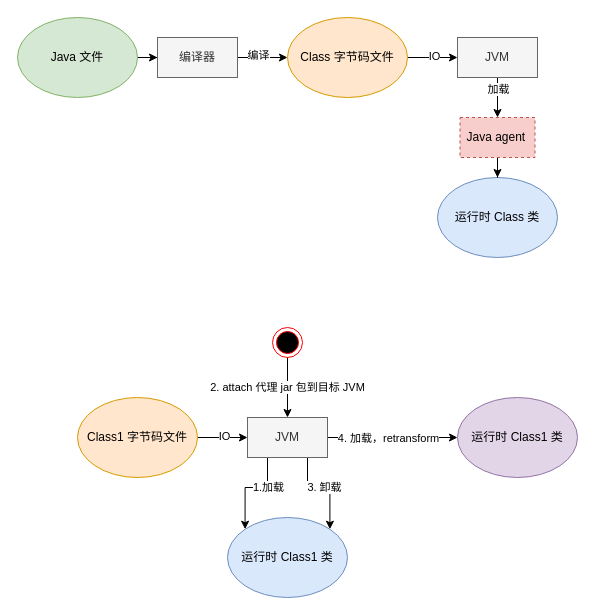
This is java_agent.drawio from yang00-74/flowchart, a draw.io file, before an edit. Source tidied: cells renumbered, new cells numbered last; positions are measured from the earlier drawing's top-left corner, leaving out a move shared by most shapes. Both pictures are drawn from the tidied source at 100%, with x=0, y=0 at pixel (17, 17).
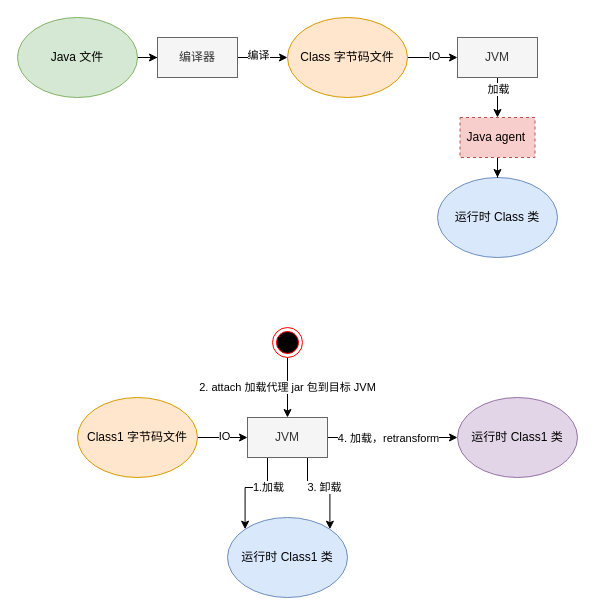
The same diagram, later.

Unchanged cells that the change refers to:
```xml
<mxCell id="25" value="JVM" style="rounded=0;whiteSpace=wrap;html=1;fillColor=#f5f5f5;strokeColor=#666666;fontColor=#333333;" parent="1" vertex="1">
  <mxGeometry x="230" y="400" width="80" height="40" as="geometry" />
</mxCell>
<mxCell id="27" style="ellipse;html=1;shape=endState;fillColor=#000000;strokeColor=#ff0000;" parent="1" vertex="1">
  <mxGeometry x="255" y="310" width="30" height="30" as="geometry" />
</mxCell>
```

Change to the diagram source:
```diff
@@
-    <mxCell id="26" value="2. attach 代理 jar 包到目标 JVM" style="edgeStyle=orthogonalEdgeStyle;rounded=0;jettySize=auto;html=1;" parent="1" edge="1" source="27" target="25">
+    <mxCell id="26" value="2. attach 加载代理 jar 包到目标 JVM" style="edgeStyle=orthogonalEdgeStyle;rounded=0;jettySize=auto;html=1;" parent="1" edge="1" source="27" target="25">
       <mxGeometry relative="1" as="geometry" />
     </mxCell>
```
